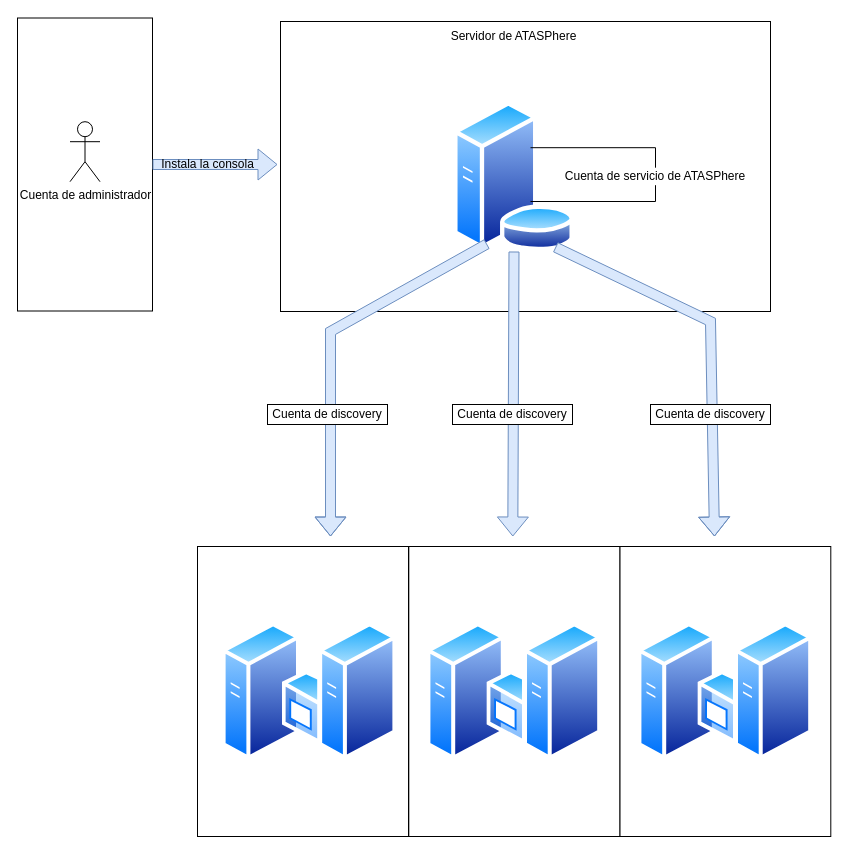
Above: Diagrama sin título.drawio in FeriaVictor/tmp-repo (draw.io), before the change. Source tidied: cells renumbered, new cells numbered last; positions are measured from the earlier drawing's top-left corner, leaving out a move shared by most shapes. Both pictures are drawn from the tidied source at 100%, with x=0, y=0 at pixel (17, 18).
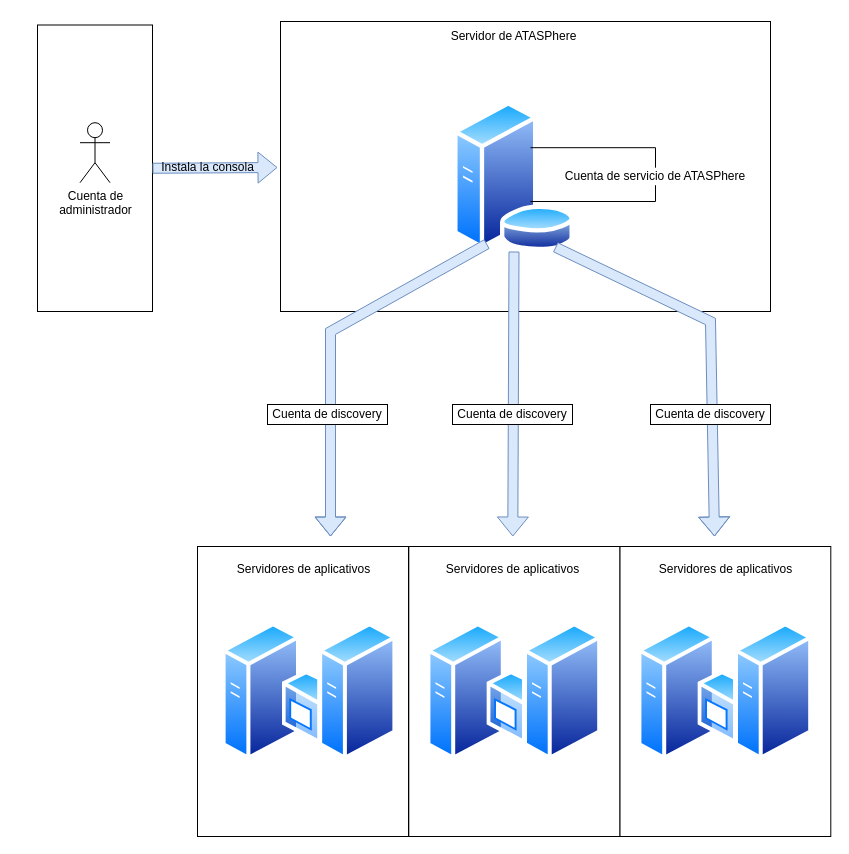
After the change.

Diff of the diagram source:
```diff
@@
     <mxCell id="2" style="rounded=0;whiteSpace=wrap;html=1;fillColor=default;" parent="1" vertex="1">
-      <mxGeometry y="-0.5" width="135" height="293" as="geometry" />
+      <mxGeometry x="20" y="6.5" width="115" height="286.5" as="geometry" />
     </mxCell>
@@
-    <mxCell id="21" value="Cuenta de administrador" style="shape=umlActor;verticalLabelPosition=bottom;verticalAlign=top;html=1;" parent="1" vertex="1">
-      <mxGeometry x="52.5" y="103.2" width="30" height="60" as="geometry" />
+    <mxCell id="21" value="Cuenta de &lt;br&gt;administrador" style="shape=umlActor;verticalLabelPosition=bottom;verticalAlign=top;html=1;" parent="1" vertex="1">
+      <mxGeometry x="62.5" y="104.2" width="30" height="60" as="geometry" />
     </mxCell>
@@
     <mxCell id="25" style="shape=flexArrow;endArrow=classic;html=1;rounded=0;fillColor=#dae8fc;strokeColor=#6c8ebf;exitX=1;exitY=0.5;exitDx=0;exitDy=0;" parent="1" edge="1" source="2">
       <mxGeometry relative="1" as="geometry">
-        <mxPoint x="260" y="146" as="targetPoint" />
+        <mxPoint x="260" y="149" as="targetPoint" />
       </mxGeometry>
     </mxCell>
     <mxCell id="26" value="Instala la consola" style="text;html=1;align=center;verticalAlign=middle;strokeColor=none;fillColor=none;" parent="1" vertex="1">
-      <mxGeometry x="130" y="131" width="120" height="30" as="geometry" />
+      <mxGeometry x="130" y="134.2" width="120" height="30" as="geometry" />
     </mxCell>
+    <mxCell id="27" value="Servidores de aplicativos" style="text;html=1;align=center;verticalAlign=middle;strokeColor=none;fillColor=none;" parent="1" vertex="1">
+      <mxGeometry x="205.5" y="536" width="160" height="30" as="geometry" />
+    </mxCell>
+    <mxCell id="28" value="Servidores de aplicativos" style="text;html=1;align=center;verticalAlign=middle;strokeColor=none;fillColor=none;" parent="1" vertex="1">
+      <mxGeometry x="415" y="536" width="160" height="30" as="geometry" />
+    </mxCell>
+    <mxCell id="29" value="Servidores de aplicativos" style="text;html=1;align=center;verticalAlign=middle;strokeColor=none;fillColor=none;" parent="1" vertex="1">
+      <mxGeometry x="627.8" y="536" width="160" height="30" as="geometry" />
+    </mxCell>
```
